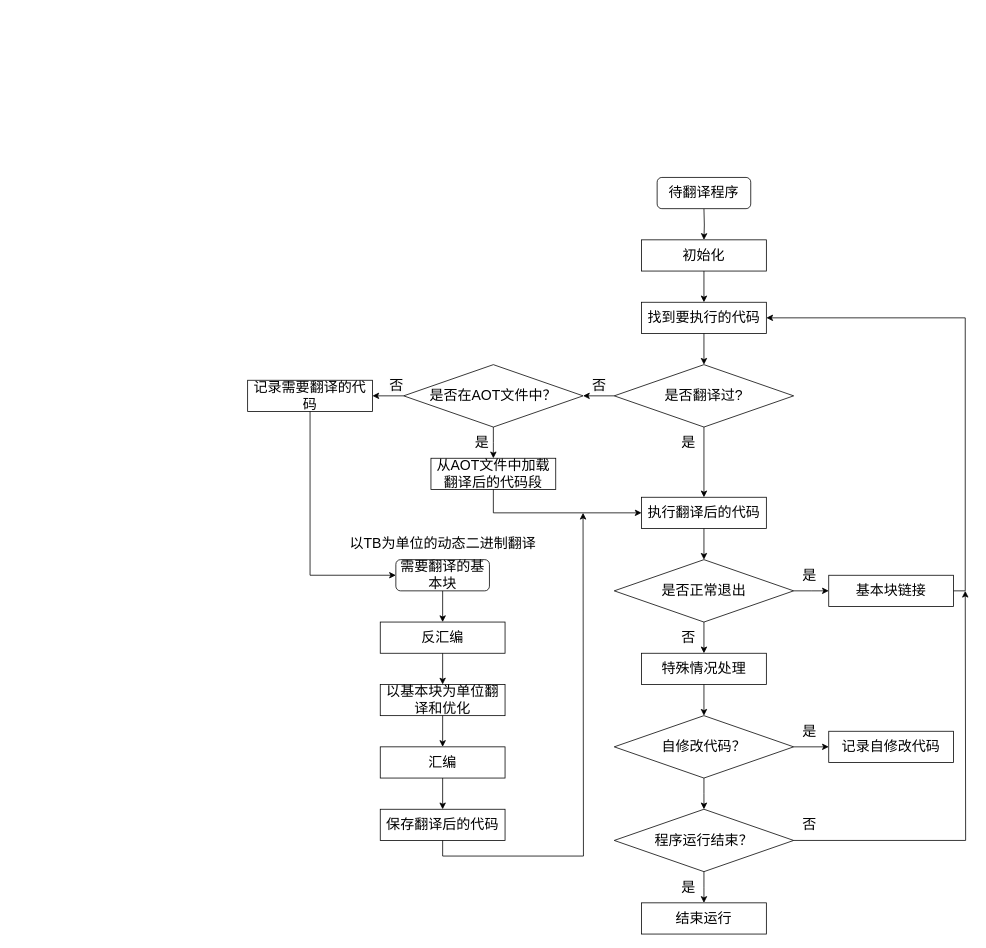
Earlier version of the draw.io diagram page "第 31 页" (31 of 37) of lajit.drawio (ganjue66da/ganjue66da). Source tidied: cells renumbered, new cells numbered last; positions are measured from the earlier drawing's top-left corner, leaving out a move shared by most shapes. Both pictures are drawn from the tidied source at 78%, with x=0, y=0 at pixel (247, 177).
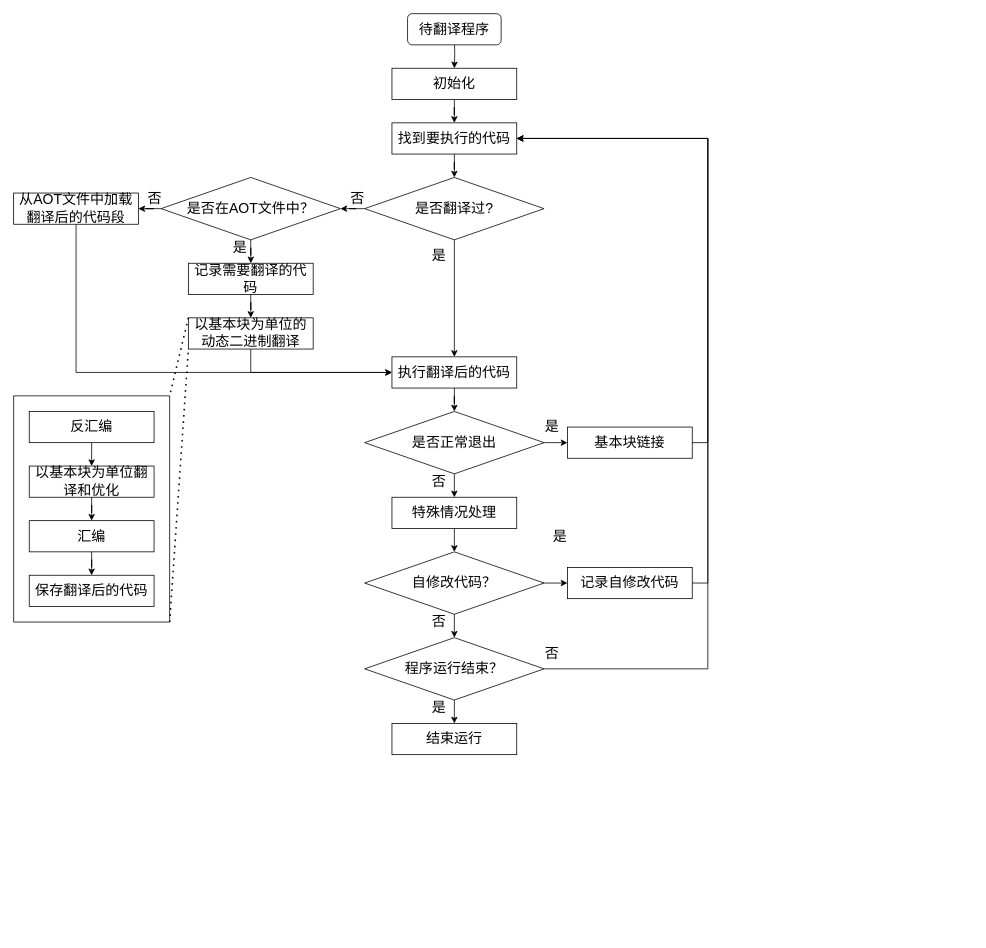
After the change.

Change to the diagram source:
```diff
@@
-    <mxCell id="2" style="edgeStyle=orthogonalEdgeStyle;rounded=0;jettySize=auto;html=1;fontSize=18;" parent="1" edge="1" target="4">
-      <mxGeometry relative="1" as="geometry">
-        <mxPoint x="585" y="40" as="sourcePoint" />
-      </mxGeometry>
-    </mxCell>
+    <mxCell id="55" style="edgeStyle=orthogonalEdgeStyle;rounded=0;jettySize=auto;html=1;fontSize=18;" parent="1" edge="1" target="4">
+      <mxGeometry relative="1" as="geometry">
+        <mxPoint x="265" y="-180" as="sourcePoint" />
+      </mxGeometry>
+    </mxCell>
@@
     <mxCell id="4" value="初始化" style="rounded=0;whiteSpace=wrap;html=1;fontSize=18;fillColor=none;" parent="1" vertex="1">
-      <mxGeometry x="505" y="80" width="160" height="40" as="geometry" />
+      <mxGeometry x="185" y="-140" width="160" height="40" as="geometry" />
     </mxCell>
@@
     <mxCell id="6" value="找到要执行的代码" style="rounded=0;whiteSpace=wrap;html=1;fontSize=18;fillColor=none;" parent="1" vertex="1">
-      <mxGeometry x="505" y="160" width="160" height="40" as="geometry" />
+      <mxGeometry x="185" y="-70" width="160" height="40" as="geometry" />
     </mxCell>
@@
     <mxCell id="9" value="是否翻译过?" style="rhombus;whiteSpace=wrap;html=1;fontSize=18;fillColor=none;" parent="1" vertex="1">
-      <mxGeometry x="470" y="240" width="230" height="80" as="geometry" />
+      <mxGeometry x="150" width="230" height="80" as="geometry" />
     </mxCell>
@@
     <mxCell id="11" value="执行翻译后的代码" style="rounded=0;whiteSpace=wrap;html=1;fontSize=18;fillColor=none;" parent="1" vertex="1">
-      <mxGeometry x="505" y="410" width="160" height="40" as="geometry" />
+      <mxGeometry x="185" y="230" width="160" height="40" as="geometry" />
     </mxCell>
     <mxCell id="12" style="edgeStyle=orthogonalEdgeStyle;rounded=0;jettySize=auto;html=1;exitX=1;exitY=0.5;exitDx=0;exitDy=0;entryX=1;entryY=0.5;entryDx=0;entryDy=0;" parent="1" edge="1" source="13" target="6">
-      <mxGeometry relative="1" as="geometry">
-        <Array as="points">
-          <mxPoint x="920" y="530" />
-          <mxPoint x="920" y="180" />
-        </Array>
-      </mxGeometry>
+      <mxGeometry relative="1" as="geometry" />
     </mxCell>
     <mxCell id="13" value="基本块链接" style="rounded=0;whiteSpace=wrap;html=1;fontSize=18;fillColor=none;" parent="1" vertex="1">
-      <mxGeometry x="745" y="510" width="160" height="40" as="geometry" />
+      <mxGeometry x="410" y="320" width="160" height="40" as="geometry" />
     </mxCell>
-    <mxCell id="14" style="edgeStyle=orthogonalEdgeStyle;rounded=0;jettySize=auto;html=1;fontSize=18;" parent="1" edge="1" source="16">
-      <mxGeometry relative="1" as="geometry">
-        <mxPoint x="745" y="530" as="targetPoint" />
-      </mxGeometry>
-    </mxCell>
@@
+    <mxCell id="56" style="edgeStyle=orthogonalEdgeStyle;rounded=0;jettySize=auto;html=1;exitX=1;exitY=0.5;exitDx=0;exitDy=0;entryX=0;entryY=0.5;entryDx=0;entryDy=0;" parent="1" edge="1" source="16" target="13">
+      <mxGeometry relative="1" as="geometry" />
+    </mxCell>
     <mxCell id="16" value="是否正常退出" style="rhombus;whiteSpace=wrap;html=1;fontSize=18;fillColor=none;" parent="1" vertex="1">
-      <mxGeometry x="470" y="490" width="230" height="80" as="geometry" />
+      <mxGeometry x="150" y="300" width="230" height="80" as="geometry" />
     </mxCell>
-    <mxCell id="17" value="是" style="text;html=1;align=center;verticalAlign=middle;strokeColor=none;fillColor=none;fontSize=18;" parent="1" vertex="1">
-      <mxGeometry x="700" y="490" width="40" height="40" as="geometry" />
-    </mxCell>
-    <mxCell id="18" value="否" style="text;html=1;align=center;verticalAlign=middle;strokeColor=none;fillColor=none;fontSize=18;" parent="1" vertex="1">
-      <mxGeometry x="545" y="570" width="40" height="40" as="geometry" />
-    </mxCell>
-    <mxCell id="19" value="是" style="text;html=1;align=center;verticalAlign=middle;strokeColor=none;fillColor=none;fontSize=18;" parent="1" vertex="1">
-      <mxGeometry x="545" y="320" width="40" height="40" as="geometry" />
-    </mxCell>
+    <mxCell id="57" value="是" style="text;html=1;align=center;verticalAlign=middle;strokeColor=none;fillColor=none;fontSize=18;" parent="1" vertex="1">
+      <mxGeometry x="370" y="300" width="40" height="40" as="geometry" />
+    </mxCell>
+    <mxCell id="58" value="否" style="text;html=1;align=center;verticalAlign=middle;strokeColor=none;fillColor=none;fontSize=18;" parent="1" vertex="1">
+      <mxGeometry x="225" y="370" width="40" height="40" as="geometry" />
+    </mxCell>
+    <mxCell id="59" value="是" style="text;html=1;align=center;verticalAlign=middle;strokeColor=none;fillColor=none;fontSize=18;" parent="1" vertex="1">
+      <mxGeometry x="225" y="80" width="40" height="40" as="geometry" />
+    </mxCell>
     <mxCell id="20" value="&lt;font style=&quot;font-size: 18px;&quot;&gt;待翻译程序&lt;/font&gt;" style="rounded=1;whiteSpace=wrap;html=1;" parent="1" vertex="1">
-      <mxGeometry x="525" width="120" height="40" as="geometry" />
+      <mxGeometry x="205" y="-210" width="120" height="40" as="geometry" />
     </mxCell>
-    <mxCell id="21" style="edgeStyle=orthogonalEdgeStyle;rounded=0;jettySize=auto;html=1;" parent="1" edge="1" source="23">
-      <mxGeometry relative="1" as="geometry">
-        <mxPoint x="315" y="360" as="targetPoint" />
-      </mxGeometry>
-    </mxCell>
+    <mxCell id="60" style="edgeStyle=orthogonalEdgeStyle;rounded=0;jettySize=auto;html=1;" parent="1" edge="1" source="23" target="30">
+      <mxGeometry relative="1" as="geometry" />
+    </mxCell>
@@
     <mxCell id="23" value="是否在AOT文件中？" style="rhombus;whiteSpace=wrap;html=1;fontSize=18;fillColor=none;" parent="1" vertex="1">
-      <mxGeometry x="200" y="240" width="230" height="80" as="geometry" />
+      <mxGeometry x="-111" width="230" height="80" as="geometry" />
     </mxCell>
@@
     <mxCell id="25" value="特殊情况处理" style="rounded=0;whiteSpace=wrap;html=1;fontSize=18;fillColor=none;" parent="1" vertex="1">
-      <mxGeometry x="505" y="610" width="160" height="40" as="geometry" />
+      <mxGeometry x="185" y="410" width="160" height="40" as="geometry" />
     </mxCell>
-    <mxCell id="26" style="edgeStyle=orthogonalEdgeStyle;rounded=0;jettySize=auto;html=1;" parent="1" edge="1" source="27">
-      <mxGeometry relative="1" as="geometry">
-        <mxPoint x="585" y="810" as="targetPoint" />
-      </mxGeometry>
-    </mxCell>
+    <mxCell id="61" style="edgeStyle=orthogonalEdgeStyle;rounded=0;jettySize=auto;html=1;exitX=0.5;exitY=1;exitDx=0;exitDy=0;entryX=0.5;entryY=0;entryDx=0;entryDy=0;" parent="1" edge="1" source="27" target="46">
+      <mxGeometry relative="1" as="geometry" />
+    </mxCell>
+    <mxCell id="62" style="edgeStyle=orthogonalEdgeStyle;rounded=0;jettySize=auto;html=1;exitX=1;exitY=0.5;exitDx=0;exitDy=0;entryX=0;entryY=0.5;entryDx=0;entryDy=0;" parent="1" edge="1" source="27" target="50">
+      <mxGeometry relative="1" as="geometry" />
+    </mxCell>
     <mxCell id="27" value="自修改代码？" style="rhombus;whiteSpace=wrap;html=1;fontSize=18;fillColor=none;" parent="1" vertex="1">
-      <mxGeometry x="470" y="690" width="230" height="80" as="geometry" />
+      <mxGeometry x="150" y="480" width="230" height="80" as="geometry" />
     </mxCell>
     <mxCell id="28" value="&lt;font style=&quot;font-size: 18px;&quot;&gt;是&lt;/font&gt;" style="text;html=1;align=center;verticalAlign=middle;strokeColor=none;fillColor=none;" parent="1" vertex="1">
-      <mxGeometry x="280" y="320" width="40" height="40" as="geometry" />
+      <mxGeometry x="-30" y="70" width="40" height="40" as="geometry" />
     </mxCell>
+    <mxCell id="63" value="&lt;span style=&quot;color: rgb(0, 0, 0); font-family: Helvetica; font-size: 18px; font-style: normal; font-variant-ligatures: normal; font-variant-caps: normal; font-weight: 400; letter-spacing: normal; orphans: 2; text-align: center; text-indent: 0px; text-transform: none; widows: 2; word-spacing: 0px; -webkit-text-stroke-width: 0px; background-color: rgb(251, 251, 251); text-decoration-thickness: initial; text-decoration-style: initial; text-decoration-color: initial; float: none; display: inline !important;&quot;&gt;否&lt;/span&gt;" style="text;whiteSpace=wrap;html=1;" parent="1" vertex="1">
+      <mxGeometry x="130" y="10" width="50" height="50" as="geometry" />
+    </mxCell>
+    <mxCell id="64" value="&lt;span style=&quot;color: rgb(0, 0, 0); font-family: Helvetica; font-size: 18px; font-style: normal; font-variant-ligatures: normal; font-variant-caps: normal; font-weight: 400; letter-spacing: normal; orphans: 2; text-align: center; text-indent: 0px; text-transform: none; widows: 2; word-spacing: 0px; -webkit-text-stroke-width: 0px; background-color: rgb(251, 251, 251); text-decoration-thickness: initial; text-decoration-style: initial; text-decoration-color: initial; float: none; display: inline !important;&quot;&gt;否&lt;/span&gt;" style="text;whiteSpace=wrap;html=1;" parent="1" vertex="1">
+      <mxGeometry x="-130" y="10" width="29" height="50" as="geometry" />
+    </mxCell>
+    <mxCell id="65" style="edgeStyle=orthogonalEdgeStyle;rounded=0;jettySize=auto;html=1;exitX=1;exitY=0.5;exitDx=0;exitDy=0;entryX=1;entryY=0.5;entryDx=0;entryDy=0;" parent="1" edge="1" source="46" target="6">
+      <mxGeometry relative="1" as="geometry">
+        <Array as="points">
+          <mxPoint x="590" y="630" />
+          <mxPoint x="590" y="-50" />
+        </Array>
+      </mxGeometry>
+    </mxCell>
+    <mxCell id="66" style="edgeStyle=orthogonalEdgeStyle;rounded=0;jettySize=auto;html=1;exitX=0.5;exitY=1;exitDx=0;exitDy=0;entryX=0.5;entryY=0;entryDx=0;entryDy=0;" parent="1" edge="1" source="46" target="47">
+      <mxGeometry relative="1" as="geometry" />
+    </mxCell>
+    <mxCell id="46" value="程序运行结束？" style="rhombus;whiteSpace=wrap;html=1;fontSize=18;fillColor=none;" parent="1" vertex="1">
+      <mxGeometry x="150" y="590" width="230" height="80" as="geometry" />
+    </mxCell>
+    <mxCell id="47" value="结束运行" style="rounded=0;whiteSpace=wrap;html=1;fontSize=18;fillColor=none;" parent="1" vertex="1">
+      <mxGeometry x="185" y="700" width="160" height="40" as="geometry" />
+    </mxCell>
+    <mxCell id="67" value="是" style="text;html=1;align=center;verticalAlign=middle;strokeColor=none;fillColor=none;fontSize=18;" parent="1" vertex="1">
+      <mxGeometry x="225" y="660" width="40" height="40" as="geometry" />
+    </mxCell>
+    <mxCell id="68" value="否" style="text;html=1;align=center;verticalAlign=middle;strokeColor=none;fillColor=none;fontSize=18;" parent="1" vertex="1">
+      <mxGeometry x="370" y="590" width="40" height="40" as="geometry" />
+    </mxCell>
+    <mxCell id="69" style="edgeStyle=orthogonalEdgeStyle;rounded=0;jettySize=auto;html=1;exitX=1;exitY=0.5;exitDx=0;exitDy=0;entryX=1;entryY=0.5;entryDx=0;entryDy=0;" parent="1" edge="1" source="50" target="6">
+      <mxGeometry relative="1" as="geometry" />
+    </mxCell>
+    <mxCell id="50" value="记录自修改代码" style="rounded=0;whiteSpace=wrap;html=1;fontSize=18;fillColor=none;" parent="1" vertex="1">
+      <mxGeometry x="410" y="500" width="160" height="40" as="geometry" />
+    </mxCell>
+    <mxCell id="70" style="edgeStyle=orthogonalEdgeStyle;rounded=0;jettySize=auto;html=1;exitX=0.5;exitY=1;exitDx=0;exitDy=0;entryX=0;entryY=0.5;entryDx=0;entryDy=0;" parent="1" edge="1" source="71" target="11">
+      <mxGeometry relative="1" as="geometry" />
+    </mxCell>
+    <mxCell id="71" value="以基本块为单位的动态二进制翻译" style="rounded=0;whiteSpace=wrap;html=1;fontSize=18;fillColor=none;" parent="1" vertex="1">
+      <mxGeometry x="-76" y="180" width="160" height="40" as="geometry" />
+    </mxCell>
+    <mxCell id="72" style="swimlane;startSize=0;" parent="1" vertex="1">
+      <mxGeometry x="-300" y="280" width="200" height="290" as="geometry" />
+    </mxCell>
+    <mxCell id="37" value="反汇编" style="rounded=0;whiteSpace=wrap;html=1;fontSize=18;fillColor=none;" parent="72" vertex="1">
+      <mxGeometry x="20" y="20" width="160" height="40" as="geometry" />
+    </mxCell>
+    <mxCell id="39" value="以基本块为单位翻译和优化" style="rounded=0;whiteSpace=wrap;html=1;fontSize=18;fillColor=none;" parent="72" vertex="1">
+      <mxGeometry x="20" y="90" width="160" height="40" as="geometry" />
+    </mxCell>
+    <mxCell id="36" style="edgeStyle=orthogonalEdgeStyle;rounded=0;jettySize=auto;html=1;exitX=0.5;exitY=1;exitDx=0;exitDy=0;entryX=0.5;entryY=0;entryDx=0;entryDy=0;" parent="72" edge="1" source="37" target="39">
+      <mxGeometry relative="1" as="geometry" />
+    </mxCell>
+    <mxCell id="41" value="汇编" style="rounded=0;whiteSpace=wrap;html=1;fontSize=18;fillColor=none;" parent="72" vertex="1">
+      <mxGeometry x="20" y="160" width="160" height="40" as="geometry" />
+    </mxCell>
+    <mxCell id="38" style="edgeStyle=orthogonalEdgeStyle;rounded=0;jettySize=auto;html=1;" parent="72" edge="1" source="39" target="41">
+      <mxGeometry relative="1" as="geometry" />
+    </mxCell>
+    <mxCell id="43" value="保存翻译后的代码" style="rounded=0;whiteSpace=wrap;html=1;fontSize=18;fillColor=none;" parent="72" vertex="1">
+      <mxGeometry x="20" y="230" width="160" height="40" as="geometry" />
+    </mxCell>
+    <mxCell id="40" style="edgeStyle=orthogonalEdgeStyle;rounded=0;jettySize=auto;html=1;" parent="72" edge="1" source="41" target="43">
+      <mxGeometry relative="1" as="geometry" />
+    </mxCell>
+    <mxCell id="73" style="endArrow=none;dashed=1;html=1;dashPattern=1 3;strokeWidth=2;rounded=0;exitX=0;exitY=0;exitDx=0;exitDy=0;entryX=1;entryY=0;entryDx=0;entryDy=0;" parent="1" edge="1" source="71" target="72">
+      <mxGeometry relative="1" as="geometry" />
+    </mxCell>
+    <mxCell id="74" style="endArrow=none;dashed=1;html=1;dashPattern=1 3;strokeWidth=2;rounded=0;exitX=1;exitY=1;exitDx=0;exitDy=0;entryX=0;entryY=1;entryDx=0;entryDy=0;" parent="1" edge="1" source="72" target="71">
+      <mxGeometry relative="1" as="geometry" />
+    </mxCell>
@@
     <mxCell id="30" value="从AOT文件中加载翻译后的代码段" style="rounded=0;whiteSpace=wrap;html=1;fontSize=18;fillColor=none;" parent="1" vertex="1">
-      <mxGeometry x="235" y="360" width="160" height="40" as="geometry" />
+      <mxGeometry x="-300" y="20" width="160" height="40" as="geometry" />
     </mxCell>
-    <mxCell id="31" value="以TB为单位的动态二进制翻译" style="text;html=1;align=center;verticalAlign=middle;strokeColor=none;fillColor=none;fontSize=18;" parent="1" vertex="1">
-      <mxGeometry x="120" y="450" width="260" height="40" as="geometry" />
-    </mxCell>
-    <mxCell id="32" value="&lt;span style=&quot;color: rgb(0, 0, 0); font-family: Helvetica; font-size: 18px; font-style: normal; font-variant-ligatures: normal; font-variant-caps: normal; font-weight: 400; letter-spacing: normal; orphans: 2; text-align: center; text-indent: 0px; text-transform: none; widows: 2; word-spacing: 0px; -webkit-text-stroke-width: 0px; background-color: rgb(251, 251, 251); text-decoration-thickness: initial; text-decoration-style: initial; text-decoration-color: initial; float: none; display: inline !important;&quot;&gt;否&lt;/span&gt;" style="text;whiteSpace=wrap;html=1;" parent="1" vertex="1">
-      <mxGeometry x="440" y="250" width="50" height="50" as="geometry" />
-    </mxCell>
-    <mxCell id="33" value="&lt;span style=&quot;color: rgb(0, 0, 0); font-family: Helvetica; font-size: 18px; font-style: normal; font-variant-ligatures: normal; font-variant-caps: normal; font-weight: 400; letter-spacing: normal; orphans: 2; text-align: center; text-indent: 0px; text-transform: none; widows: 2; word-spacing: 0px; -webkit-text-stroke-width: 0px; background-color: rgb(251, 251, 251); text-decoration-thickness: initial; text-decoration-style: initial; text-decoration-color: initial; float: none; display: inline !important;&quot;&gt;否&lt;/span&gt;" style="text;whiteSpace=wrap;html=1;" parent="1" vertex="1">
-      <mxGeometry x="180" y="250" width="50" height="50" as="geometry" />
-    </mxCell>
-    <mxCell id="34" style="edgeStyle=orthogonalEdgeStyle;rounded=0;jettySize=auto;html=1;exitX=0.5;exitY=1;exitDx=0;exitDy=0;entryX=0.5;entryY=0;entryDx=0;entryDy=0;" parent="1" edge="1" source="35" target="37">
-      <mxGeometry relative="1" as="geometry" />
-    </mxCell>
-    <mxCell id="35" value="&lt;font style=&quot;font-size: 18px;&quot;&gt;需要翻译的基本块&lt;/font&gt;" style="rounded=1;whiteSpace=wrap;html=1;" parent="1" vertex="1">
-      <mxGeometry x="190" y="490" width="120" height="40" as="geometry" />
-    </mxCell>
-    <mxCell id="36" style="edgeStyle=orthogonalEdgeStyle;rounded=0;jettySize=auto;html=1;exitX=0.5;exitY=1;exitDx=0;exitDy=0;entryX=0.5;entryY=0;entryDx=0;entryDy=0;" parent="1" edge="1" source="37" target="39">
-      <mxGeometry relative="1" as="geometry" />
-    </mxCell>
-    <mxCell id="37" value="反汇编" style="rounded=0;whiteSpace=wrap;html=1;fontSize=18;fillColor=none;" parent="1" vertex="1">
-      <mxGeometry x="170" y="570" width="160" height="40" as="geometry" />
-    </mxCell>
-    <mxCell id="38" style="edgeStyle=orthogonalEdgeStyle;rounded=0;jettySize=auto;html=1;" parent="1" edge="1" source="39" target="41">
-      <mxGeometry relative="1" as="geometry" />
-    </mxCell>
-    <mxCell id="39" value="以基本块为单位翻译和优化" style="rounded=0;whiteSpace=wrap;html=1;fontSize=18;fillColor=none;" parent="1" vertex="1">
-      <mxGeometry x="170" y="650" width="160" height="40" as="geometry" />
-    </mxCell>
-    <mxCell id="40" style="edgeStyle=orthogonalEdgeStyle;rounded=0;jettySize=auto;html=1;" parent="1" edge="1" source="41" target="43">
-      <mxGeometry relative="1" as="geometry" />
-    </mxCell>
-    <mxCell id="41" value="汇编" style="rounded=0;whiteSpace=wrap;html=1;fontSize=18;fillColor=none;" parent="1" vertex="1">
-      <mxGeometry x="170" y="730" width="160" height="40" as="geometry" />
-    </mxCell>
-    <mxCell id="42" style="edgeStyle=orthogonalEdgeStyle;rounded=0;jettySize=auto;html=1;exitX=0.5;exitY=1;exitDx=0;exitDy=0;" parent="1" edge="1" source="43">
-      <mxGeometry relative="1" as="geometry">
-        <mxPoint x="430" y="430" as="targetPoint" />
-      </mxGeometry>
-    </mxCell>
-    <mxCell id="43" value="保存翻译后的代码" style="rounded=0;whiteSpace=wrap;html=1;fontSize=18;fillColor=none;" parent="1" vertex="1">
-      <mxGeometry x="170" y="810" width="160" height="40" as="geometry" />
-    </mxCell>
-    <mxCell id="44" style="edgeStyle=orthogonalEdgeStyle;rounded=0;jettySize=auto;html=1;" parent="1" edge="1" source="46">
-      <mxGeometry relative="1" as="geometry">
-        <mxPoint x="585" y="930" as="targetPoint" />
-      </mxGeometry>
-    </mxCell>
-    <mxCell id="45" style="edgeStyle=orthogonalEdgeStyle;rounded=0;jettySize=auto;html=1;exitX=1;exitY=0.5;exitDx=0;exitDy=0;" parent="1" edge="1" source="46">
-      <mxGeometry relative="1" as="geometry">
-        <mxPoint x="920" y="530" as="targetPoint" />
-      </mxGeometry>
-    </mxCell>
-    <mxCell id="46" value="程序运行结束？" style="rhombus;whiteSpace=wrap;html=1;fontSize=18;fillColor=none;" parent="1" vertex="1">
-      <mxGeometry x="470" y="810" width="230" height="80" as="geometry" />
-    </mxCell>
-    <mxCell id="47" value="结束运行" style="rounded=0;whiteSpace=wrap;html=1;fontSize=18;fillColor=none;" parent="1" vertex="1">
-      <mxGeometry x="505" y="930" width="160" height="40" as="geometry" />
-    </mxCell>
-    <mxCell id="48" value="是" style="text;html=1;align=center;verticalAlign=middle;strokeColor=none;fillColor=none;fontSize=18;" parent="1" vertex="1">
-      <mxGeometry x="545" y="890" width="40" height="40" as="geometry" />
-    </mxCell>
-    <mxCell id="49" value="否" style="text;html=1;align=center;verticalAlign=middle;strokeColor=none;fillColor=none;fontSize=18;" parent="1" vertex="1">
-      <mxGeometry x="700" y="810" width="40" height="40" as="geometry" />
-    </mxCell>
-    <mxCell id="50" value="记录自修改代码" style="rounded=0;whiteSpace=wrap;html=1;fontSize=18;fillColor=none;" parent="1" vertex="1">
-      <mxGeometry x="745" y="710" width="160" height="40" as="geometry" />
-    </mxCell>
-    <mxCell id="51" style="edgeStyle=orthogonalEdgeStyle;rounded=0;orthogonalLoop=1;jettySize=auto;html=1;fontSize=18;" parent="1" edge="1">
-      <mxGeometry relative="1" as="geometry">
-        <mxPoint x="700" y="730" as="sourcePoint" />
-        <mxPoint x="745" y="730" as="targetPoint" />
-      </mxGeometry>
-    </mxCell>
-    <mxCell id="52" value="是" style="text;html=1;align=center;verticalAlign=middle;strokeColor=none;fillColor=none;fontSize=18;" parent="1" vertex="1">
-      <mxGeometry x="700" y="690" width="40" height="40" as="geometry" />
-    </mxCell>
-    <mxCell id="53" style="edgeStyle=orthogonalEdgeStyle;rounded=0;jettySize=auto;html=1;exitX=0.5;exitY=1;exitDx=0;exitDy=0;entryX=0;entryY=0.5;entryDx=0;entryDy=0;" parent="1" edge="1" source="54" target="35">
-      <mxGeometry relative="1" as="geometry" />
-    </mxCell>
+    <mxCell id="75" style="edgeStyle=orthogonalEdgeStyle;rounded=0;jettySize=auto;html=1;" parent="1" edge="1" source="54" target="71">
+      <mxGeometry relative="1" as="geometry" />
+    </mxCell>
     <mxCell id="54" value="记录需要翻译的代码" style="rounded=0;whiteSpace=wrap;html=1;fontSize=18;fillColor=none;" parent="1" vertex="1">
-      <mxGeometry y="260" width="160" height="40" as="geometry" />
+      <mxGeometry x="-76" y="110" width="160" height="40" as="geometry" />
     </mxCell>
+    <mxCell id="76" value="否" style="text;html=1;align=center;verticalAlign=middle;strokeColor=none;fillColor=none;fontSize=18;" parent="1" vertex="1">
+      <mxGeometry x="225" y="550" width="40" height="40" as="geometry" />
+    </mxCell>
+    <mxCell id="77" value="是" style="text;html=1;align=center;verticalAlign=middle;strokeColor=none;fillColor=none;fontSize=18;" parent="1" vertex="1">
+      <mxGeometry x="380" y="440" width="40" height="40" as="geometry" />
+    </mxCell>
```
